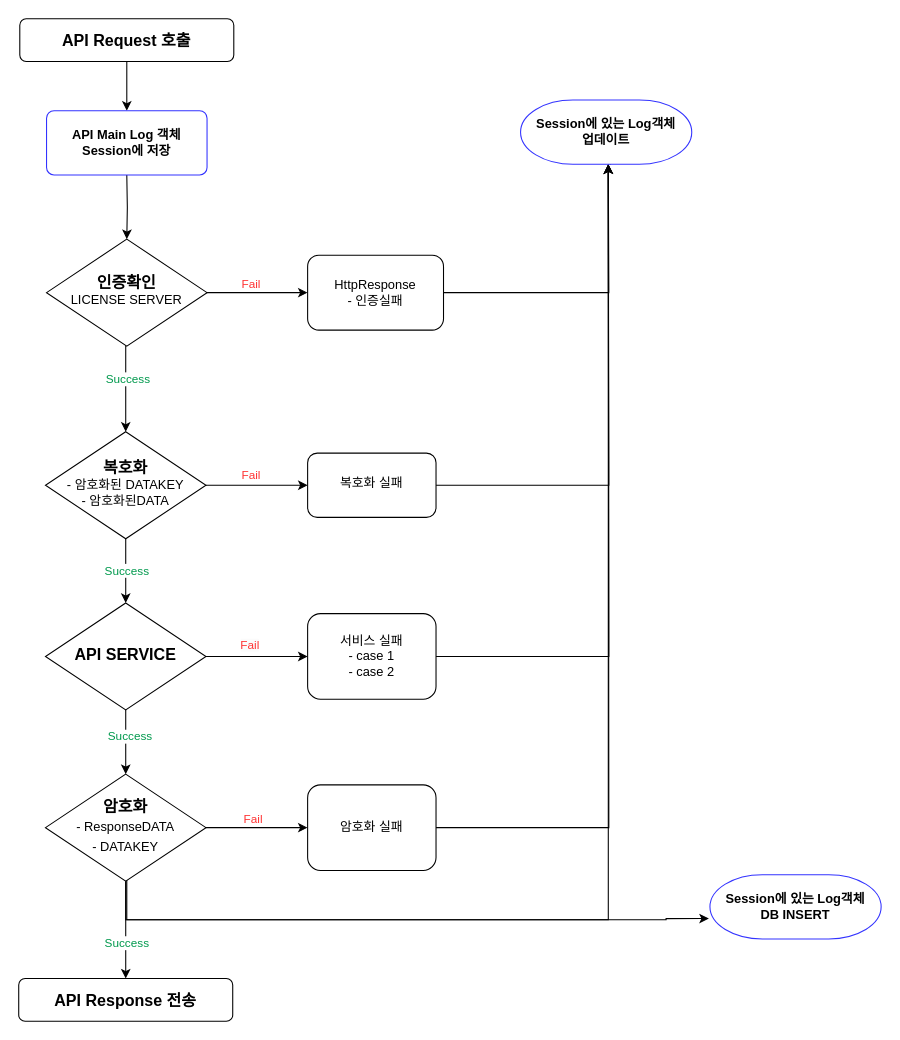
Earlier version of the draw.io diagram page "페이지-3" (3 of 3) of 제목 없는 다이어그램.drawio (eunbinoh01/snstagram). Source tidied: cells renumbered, new cells numbered last; positions are measured from the earlier drawing's top-left corner, leaving out a move shared by most shapes. Both pictures are drawn from the tidied source at 107%, with x=0, y=0 at pixel (18, 18).
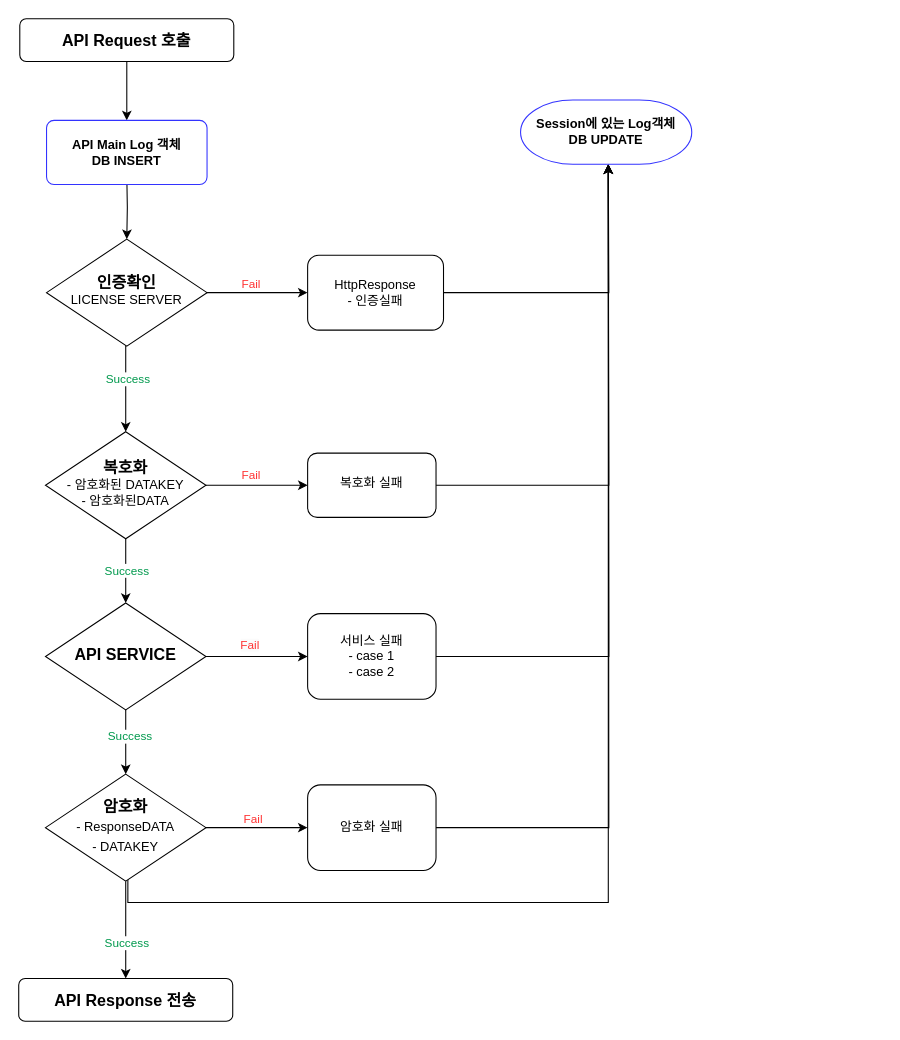
The same page after the edit.

Commit message:
조회API_FLOW.drawio 업데이트

Change to the diagram source:
```diff
@@
-    <mxCell id="26" style="edgeStyle=orthogonalEdgeStyle;rounded=0;jettySize=auto;html=1;entryX=-0.006;entryY=0.683;entryDx=0;entryDy=0;entryPerimeter=0;" parent="1" edge="1" target="36">
+    <mxCell id="26" style="edgeStyle=orthogonalEdgeStyle;rounded=0;orthogonalLoop=1;jettySize=auto;html=1;entryX=0.5;entryY=1;entryDx=0;entryDy=0;entryPerimeter=0;" parent="1" edge="1">
       <mxGeometry relative="1" as="geometry">
-        <mxPoint x="100" y="802" as="sourcePoint" />
+        <mxPoint x="102" y="802" as="sourcePoint" />
+        <mxPoint x="551" y="136" as="targetPoint" />
         <Array as="points">
-          <mxPoint x="100" y="842" />
-          <mxPoint x="605" y="842" />
+          <mxPoint x="106" y="826" />
+          <mxPoint x="556" y="826" />
         </Array>
       </mxGeometry>
     </mxCell>
-    <mxCell id="27" style="edgeStyle=orthogonalEdgeStyle;rounded=0;orthogonalLoop=1;jettySize=auto;html=1;exitX=0.5;exitY=1;exitDx=0;exitDy=0;" parent="1" edge="1">
-      <mxGeometry relative="1" as="geometry">
-        <mxPoint x="95.5" y="802" as="sourcePoint" />
-        <mxPoint x="544.5" y="132" as="targetPoint" />
-        <Array as="points">
-          <mxPoint x="101" y="842" />
-          <mxPoint x="551" y="842" />
-          <mxPoint x="551" y="132" />
-        </Array>
-      </mxGeometry>
-    </mxCell>
@@
-    <mxCell id="36" value="&lt;b style=&quot;border-color: var(--border-color);&quot;&gt;Session에 있는 Log객체&lt;br style=&quot;border-color: var(--border-color);&quot;&gt;DB INSERT&lt;/b&gt;" style="strokeWidth=1;html=1;shape=mxgraph.flowchart.terminator;whiteSpace=wrap;strokeColor=#3333FF;" parent="1" vertex="1">
-      <mxGeometry x="646" y="800" width="160" height="60" as="geometry" />
-    </mxCell>
-    <mxCell id="37" value="&lt;b style=&quot;border-color: var(--border-color);&quot;&gt;Session에 있는 Log객체&lt;br style=&quot;border-color: var(--border-color);&quot;&gt;업데이트&lt;/b&gt;" style="strokeWidth=1;html=1;shape=mxgraph.flowchart.terminator;whiteSpace=wrap;strokeColor=#3333FF;" parent="1" vertex="1">
+    <mxCell id="37" value="&lt;b style=&quot;border-color: var(--border-color);&quot;&gt;Session에 있는 Log객체&lt;br style=&quot;border-color: var(--border-color);&quot;&gt;&lt;b style=&quot;border-color: var(--border-color);&quot;&gt;DB UPDATE&lt;/b&gt;&lt;br&gt;&lt;/b&gt;" style="strokeWidth=1;html=1;shape=mxgraph.flowchart.terminator;whiteSpace=wrap;strokeColor=#3333FF;" parent="1" vertex="1">
       <mxGeometry x="469" y="76" width="160" height="60" as="geometry" />
     </mxCell>
-    <mxCell id="38" value="&lt;b style=&quot;border-color: var(--border-color);&quot;&gt;API Main Log 객체&lt;br style=&quot;border-color: var(--border-color);&quot;&gt;Session에 저장&lt;/b&gt;" style="rounded=1;whiteSpace=wrap;html=1;absoluteArcSize=1;arcSize=14;strokeWidth=1;strokeColor=#3333FF;" parent="1" vertex="1">
-      <mxGeometry x="26" y="86" width="150" height="60" as="geometry" />
+    <mxCell id="38" value="&lt;b style=&quot;border-color: var(--border-color);&quot;&gt;API Main Log 객체&lt;br style=&quot;border-color: var(--border-color);&quot;&gt;&lt;b style=&quot;border-color: var(--border-color);&quot;&gt;DB INSERT&lt;/b&gt;&lt;br&gt;&lt;/b&gt;" style="rounded=1;whiteSpace=wrap;html=1;absoluteArcSize=1;arcSize=14;strokeWidth=1;strokeColor=#3333FF;" parent="1" vertex="1">
+      <mxGeometry x="26" y="95" width="150" height="60" as="geometry" />
     </mxCell>
```
